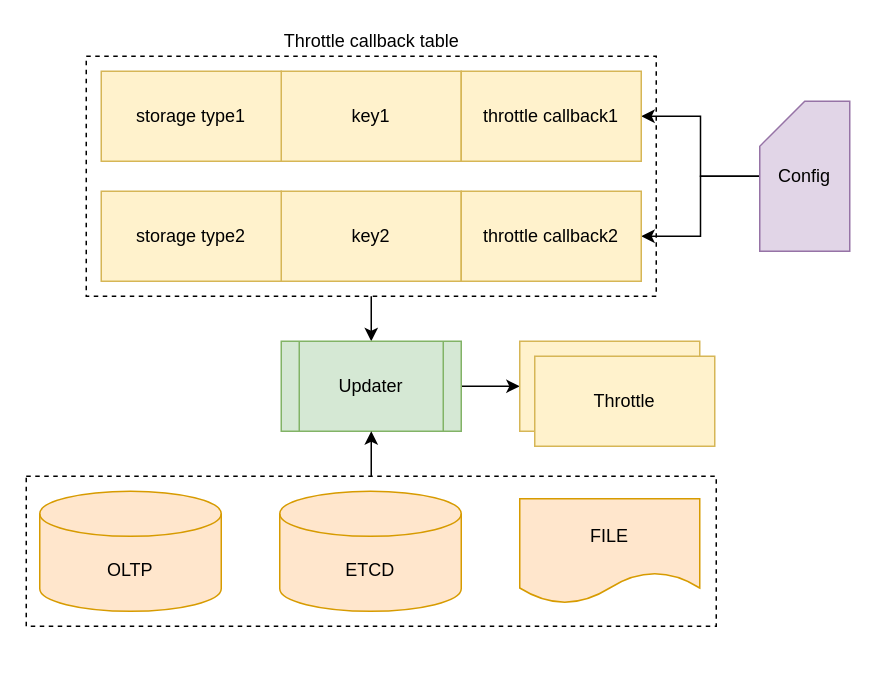
Before: page "throttle updater" (9 of 9) of news.drawio in d0ngjun/drawio, a draw.io diagram. Source tidied: cells renumbered, new cells numbered last; positions are measured from the earlier drawing's top-left corner, leaving out a move shared by most shapes. Both pictures are drawn from the tidied source at 150%, with x=0, y=0 at pixel (26, 26).
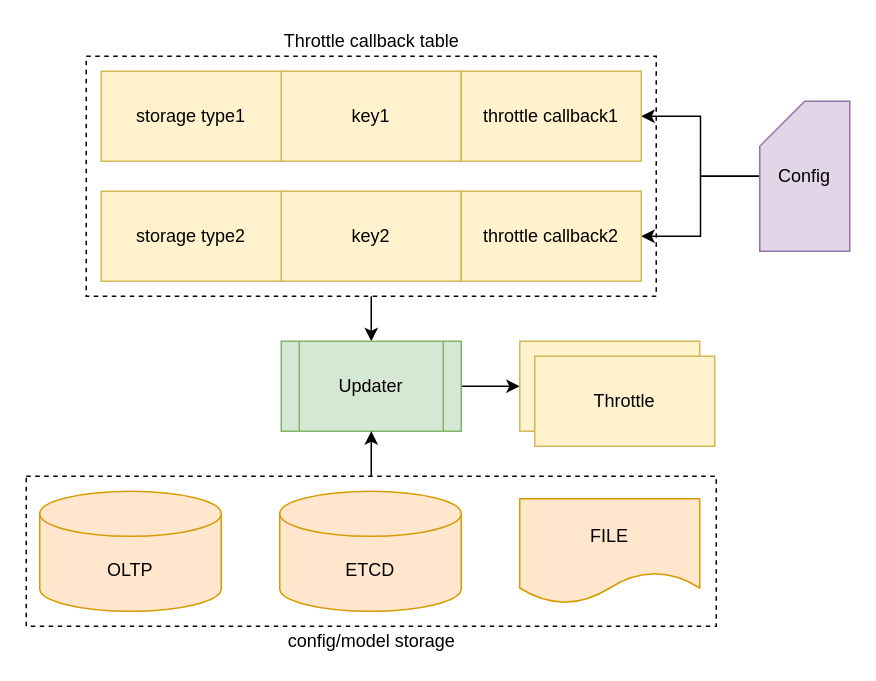
Above is the later version.

Commit message:
add throttle updater

Diff of the diagram source:
```diff
@@
+    <mxCell id="24" value="config/model storage" style="text;html=1;align=center;verticalAlign=middle;strokeColor=none;fillColor=none;" parent="1" vertex="1">
+      <mxGeometry x="165" y="400" width="130" height="20" as="geometry" />
+    </mxCell>
```
